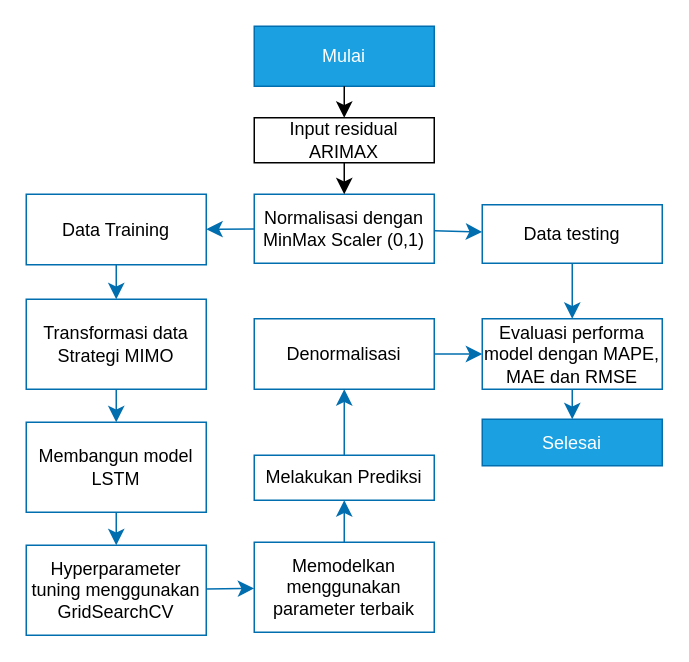
This is page "Hybrid ARIMAX-LSTM" (4 of 5) of Arimax Thesis.drawio from Andiilla/draw-io, a draw.io file, before an edit. Source tidied: cells renumbered, new cells numbered last; positions are measured from the earlier drawing's top-left corner, leaving out a move shared by most shapes. Both pictures are drawn from the tidied source at 150%, with x=0, y=0 at pixel (26, 26).
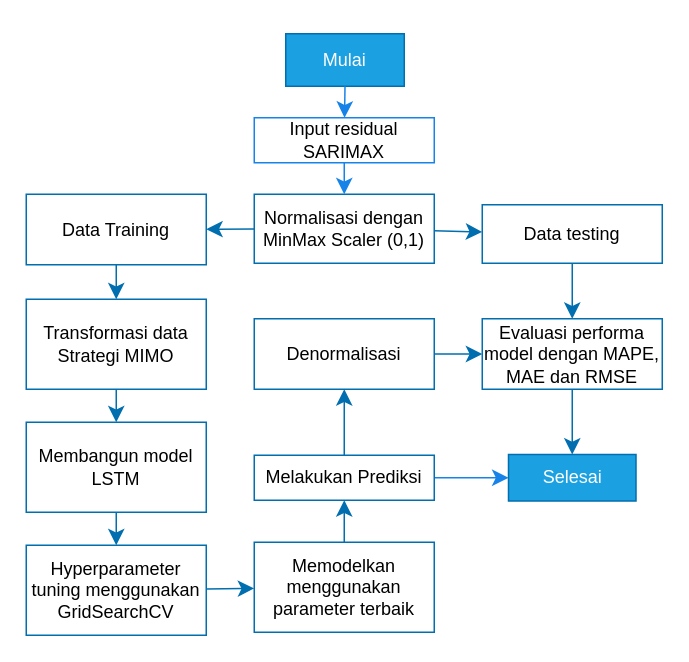
After the change.

The change refers to these unchanged cells:
```xml
<mxCell id="5" value="Normalisasi dengan MinMax Scaler (0,1)" style="rounded=0;whiteSpace=wrap;html=1;strokeColor=#006EAF;" parent="1" vertex="1">
  <mxGeometry x="152" y="112" width="120" height="46" as="geometry" />
</mxCell>
<mxCell id="17" value="Melakukan Prediksi" style="rounded=0;whiteSpace=wrap;html=1;strokeColor=#006EAF;" parent="1" vertex="1">
  <mxGeometry x="152" y="286" width="120" height="30" as="geometry" />
</mxCell>
```

Diff of the diagram source:
```diff
@@
     <mxCell id="2" value="Mulai" style="rounded=0;whiteSpace=wrap;html=1;fillColor=#1ba1e2;fontColor=#ffffff;strokeColor=#006EAF;" parent="1" vertex="1">
-      <mxGeometry x="152" width="120" height="40" as="geometry" />
+      <mxGeometry x="173" y="5" width="79" height="35" as="geometry" />
     </mxCell>
@@
+    <mxCell id="28" style="edgeStyle=none;curved=1;rounded=0;jettySize=auto;html=1;fontSize=12;startSize=8;endSize=8;strokeColor=#1783E8;" parent="1" edge="1" source="17" target="23">
+      <mxGeometry relative="1" as="geometry" />
+    </mxCell>
@@
     <mxCell id="23" value="Selesai" style="rounded=0;whiteSpace=wrap;html=1;fillColor=#1ba1e2;fontColor=#ffffff;strokeColor=#006EAF;" parent="1" vertex="1">
-      <mxGeometry x="304" y="262" width="120" height="31" as="geometry" />
+      <mxGeometry x="321.5" y="285.5" width="85" height="31" as="geometry" />
     </mxCell>
@@
-    <mxCell id="25" value="Input residual ARIMAX" style="rounded=0;whiteSpace=wrap;html=1;" parent="1" vertex="1">
+    <mxCell id="25" value="Input residual SARIMAX" style="rounded=0;whiteSpace=wrap;html=1;strokeColor=#1783E8;" parent="1" vertex="1">
       <mxGeometry x="152" y="61" width="120" height="30" as="geometry" />
     </mxCell>
-    <mxCell id="26" style="endArrow=classic;html=1;rounded=0;fontSize=12;startSize=8;endSize=8;curved=1;exitX=0.5;exitY=1;exitDx=0;exitDy=0;entryX=0.5;entryY=0;entryDx=0;entryDy=0;" parent="1" edge="1" source="25" target="5">
+    <mxCell id="26" style="endArrow=classic;html=1;rounded=0;fontSize=12;startSize=8;endSize=8;curved=1;exitX=0.5;exitY=1;exitDx=0;exitDy=0;entryX=0.5;entryY=0;entryDx=0;entryDy=0;strokeColor=#1783E8;" parent="1" edge="1" source="25" target="5">
       <mxGeometry relative="1" as="geometry" />
     </mxCell>
-    <mxCell id="27" style="endArrow=classic;html=1;rounded=0;fontSize=12;startSize=8;endSize=8;curved=1;exitX=0.5;exitY=1;exitDx=0;exitDy=0;" parent="1" edge="1" source="2" target="25">
+    <mxCell id="27" style="endArrow=classic;html=1;rounded=0;fontSize=12;startSize=8;endSize=8;curved=1;exitX=0.5;exitY=1;exitDx=0;exitDy=0;strokeColor=#1783E8;" parent="1" edge="1" source="2" target="25">
       <mxGeometry relative="1" as="geometry" />
     </mxCell>
```
